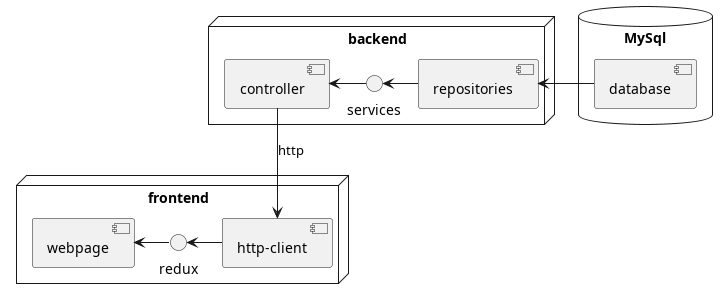
This is handout/componentDiagram.png from dhbw-ka-tinf22b5-dinder/Dinder-SRS, a PlantUML export, as it was before one commit. Source of this version:
```plantuml
@startuml
node "frontend"{
    redux <- [http-client]
    [webpage] <- redux
}
node "backend"{
  services <- [repositories]
  [controller] <- services
}
[controller] -down-> [http-client] : http
database "MySql"{
    [database] -> [repositories]
  }
@enduml
```
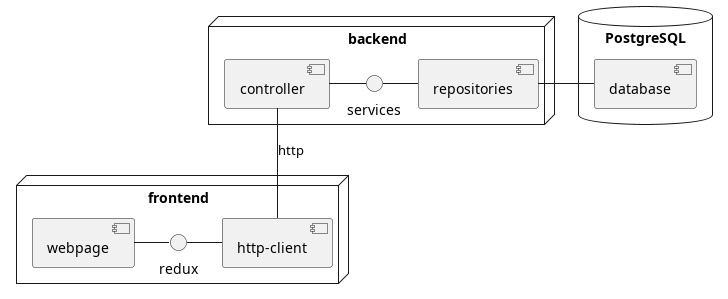
The same file after the commit.

What changed in the source:
```diff
@@ -1,14 +1,14 @@
 @startuml
 node "frontend"{
-    redux <- [http-client]
-    [webpage] <- redux
+    redux - [http-client]
+    [webpage] - redux
 }
 node "backend"{
-  services <- [repositories]
-  [controller] <- services
+  services - [repositories]
+  [controller] - services
 }
-[controller] -down-> [http-client] : http
-database "MySql"{
-    [database] -> [repositories]
+[controller] -down- [http-client] : http
+database "PostgreSQL"{
+    [database] - [repositories]
   }
 @enduml
```
